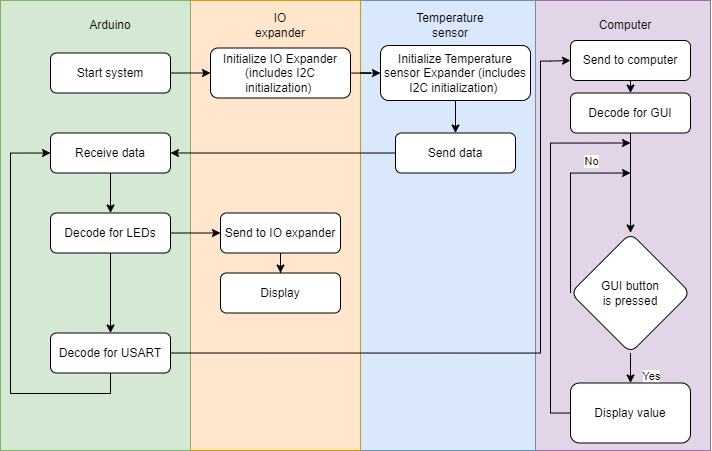
NaLelqGoshkaFerarito/I2C_Project keeps this draw.io diagram as MicroFC.png. Above is the earlier version. Source tidied: cells renumbered, new cells last; positions are measured from the earlier drawing's top-left corner, leaving out a move shared by most shapes.
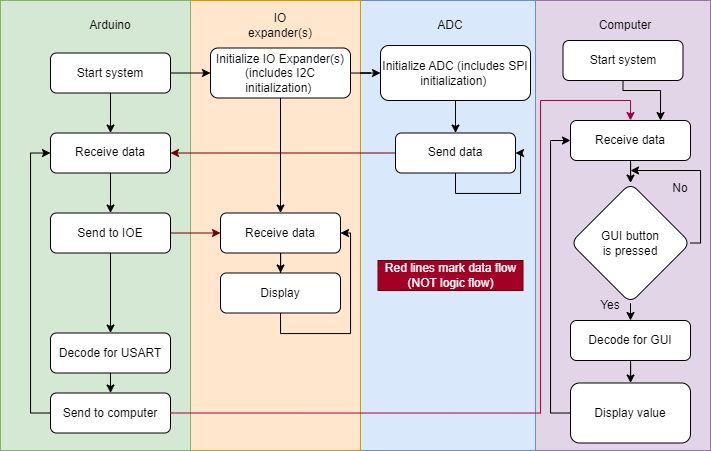
The same diagram one commit later.

Diff of the diagram source:
```diff
@@ -8,75 +8,73 @@
     <mxCell id="3" style="rounded=0;whiteSpace=wrap;html=1;fillColor=#dae8fc;strokeColor=#6c8ebf;" parent="1" vertex="1">
       <mxGeometry x="360" width="175" height="450" as="geometry" />
     </mxCell>
-    <mxCell id="4" value="Temperature sensor" style="text;html=1;align=center;verticalAlign=middle;whiteSpace=wrap;rounded=0;" parent="1" vertex="1">
+    <mxCell id="4" value="ADC" style="text;html=1;align=center;verticalAlign=middle;whiteSpace=wrap;rounded=0;" parent="1" vertex="1">
       <mxGeometry x="420" y="10" width="60" height="30" as="geometry" />
     </mxCell>
     <mxCell id="5" style="rounded=0;whiteSpace=wrap;html=1;fillColor=#ffe6cc;strokeColor=#d79b00;" parent="1" vertex="1">
       <mxGeometry x="190" width="170" height="450" as="geometry" />
     </mxCell>
-    <mxCell id="6" value="IO expander" style="text;html=1;align=center;verticalAlign=middle;whiteSpace=wrap;rounded=0;" parent="1" vertex="1">
+    <mxCell id="6" value="IO expander(s)" style="text;html=1;align=center;verticalAlign=middle;whiteSpace=wrap;rounded=0;" parent="1" vertex="1">
       <mxGeometry x="250" y="10" width="60" height="30" as="geometry" />
     </mxCell>
     <mxCell id="7" style="rounded=0;whiteSpace=wrap;html=1;fillColor=#d5e8d4;strokeColor=#82b366;" parent="1" vertex="1">
       <mxGeometry width="190" height="450" as="geometry" />
     </mxCell>
+    <mxCell id="9" style="edgeStyle=orthogonalEdgeStyle;rounded=0;jettySize=auto;html=1;fillColor=#a20025;strokeColor=#6F0000;" parent="1" edge="1" source="10" target="15">
+      <mxGeometry relative="1" as="geometry" />
+    </mxCell>
     <mxCell id="8" style="edgeStyle=orthogonalEdgeStyle;rounded=0;jettySize=auto;html=1;" parent="1" edge="1" source="10" target="13">
       <mxGeometry relative="1" as="geometry" />
     </mxCell>
-    <mxCell id="9" style="edgeStyle=orthogonalEdgeStyle;rounded=0;jettySize=auto;html=1;" parent="1" edge="1" source="10" target="15">
-      <mxGeometry relative="1" as="geometry" />
-    </mxCell>
-    <mxCell id="10" value="Decode for LEDs" style="rounded=1;whiteSpace=wrap;html=1;fontSize=12;glass=0;strokeWidth=1;shadow=0;" parent="1" vertex="1">
+    <mxCell id="10" value="Send to IOE" style="rounded=1;whiteSpace=wrap;html=1;fontSize=12;glass=0;strokeWidth=1;shadow=0;" parent="1" vertex="1">
       <mxGeometry x="50" y="212.5" width="120" height="40" as="geometry" />
     </mxCell>
-    <mxCell id="11" style="edgeStyle=orthogonalEdgeStyle;rounded=0;jettySize=auto;html=1;exitX=0.5;exitY=1;exitDx=0;exitDy=0;entryX=0;entryY=0.5;entryDx=0;entryDy=0;" parent="1" edge="1" source="13">
-      <mxGeometry relative="1" as="geometry">
-        <mxPoint x="50" y="152.5" as="targetPoint" />
-        <Array as="points">
-          <mxPoint x="110" y="393" />
-          <mxPoint x="10" y="393" />
-          <mxPoint x="10" y="153" />
-        </Array>
-      </mxGeometry>
-    </mxCell>
-    <mxCell id="12" style="edgeStyle=orthogonalEdgeStyle;rounded=0;jettySize=auto;html=1;exitX=1;exitY=0.5;exitDx=0;exitDy=0;" parent="1" edge="1" source="13">
-      <mxGeometry relative="1" as="geometry">
-        <mxPoint x="570" y="60" as="targetPoint" />
-        <Array as="points">
-          <mxPoint x="540" y="352.5" />
-          <mxPoint x="540" y="60.5" />
-          <mxPoint x="550" y="60.5" />
-        </Array>
-      </mxGeometry>
-    </mxCell>
+    <mxCell id="40" style="edgeStyle=orthogonalEdgeStyle;rounded=0;jettySize=auto;html=1;exitX=0.5;exitY=1;exitDx=0;exitDy=0;entryX=0.5;entryY=0;entryDx=0;entryDy=0;" parent="1" edge="1" source="13" target="37">
+      <mxGeometry relative="1" as="geometry" />
+    </mxCell>
     <mxCell id="13" value="Decode for USART" style="rounded=1;whiteSpace=wrap;html=1;fontSize=12;glass=0;strokeWidth=1;shadow=0;" parent="1" vertex="1">
       <mxGeometry x="50" y="332.5" width="120" height="40" as="geometry" />
     </mxCell>
     <mxCell id="14" style="edgeStyle=orthogonalEdgeStyle;rounded=0;jettySize=auto;html=1;" parent="1" edge="1" source="15" target="18">
       <mxGeometry relative="1" as="geometry" />
     </mxCell>
-    <mxCell id="15" value="Send to IO expander" style="rounded=1;whiteSpace=wrap;html=1;fontSize=12;glass=0;strokeWidth=1;shadow=0;" parent="1" vertex="1">
+    <mxCell id="15" value="Receive data" style="rounded=1;whiteSpace=wrap;html=1;fontSize=12;glass=0;strokeWidth=1;shadow=0;" parent="1" vertex="1">
       <mxGeometry x="220" y="212.5" width="120" height="40" as="geometry" />
     </mxCell>
-    <mxCell id="16" style="edgeStyle=orthogonalEdgeStyle;rounded=0;jettySize=auto;html=1;" parent="1" edge="1" source="17" target="33">
-      <mxGeometry relative="1" as="geometry" />
-    </mxCell>
+    <mxCell id="41" style="edgeStyle=orthogonalEdgeStyle;rounded=0;jettySize=auto;html=1;" parent="1" edge="1" source="17" target="35">
+      <mxGeometry relative="1" as="geometry" />
+    </mxCell>
     <mxCell id="17" value="Decode for GUI" style="rounded=1;whiteSpace=wrap;html=1;fontSize=12;glass=0;strokeWidth=1;shadow=0;" parent="1" vertex="1">
-      <mxGeometry x="570" y="92.5" width="120" height="40" as="geometry" />
+      <mxGeometry x="570" y="320" width="120" height="40" as="geometry" />
     </mxCell>
+    <mxCell id="42" style="edgeStyle=orthogonalEdgeStyle;rounded=0;jettySize=auto;html=1;exitX=0.5;exitY=1;exitDx=0;exitDy=0;entryX=1;entryY=0.5;entryDx=0;entryDy=0;" parent="1" edge="1" source="18" target="15">
+      <mxGeometry relative="1" as="geometry">
+        <Array as="points">
+          <mxPoint x="280" y="333" />
+          <mxPoint x="350" y="333" />
+          <mxPoint x="350" y="233" />
+        </Array>
+      </mxGeometry>
+    </mxCell>
     <mxCell id="18" value="Display" style="rounded=1;whiteSpace=wrap;html=1;fontSize=12;glass=0;strokeWidth=1;shadow=0;" parent="1" vertex="1">
       <mxGeometry x="220" y="272.5" width="120" height="40" as="geometry" />
     </mxCell>
     <mxCell id="19" style="edgeStyle=orthogonalEdgeStyle;rounded=0;jettySize=auto;html=1;" parent="1" edge="1" source="20" target="22">
       <mxGeometry relative="1" as="geometry" />
     </mxCell>
+    <mxCell id="43" style="edgeStyle=orthogonalEdgeStyle;rounded=0;jettySize=auto;html=1;" parent="1" edge="1" source="20" target="28">
+      <mxGeometry relative="1" as="geometry" />
+    </mxCell>
     <mxCell id="20" value="Start system" style="rounded=1;whiteSpace=wrap;html=1;fontSize=12;glass=0;strokeWidth=1;shadow=0;" parent="1" vertex="1">
       <mxGeometry x="50" y="52.5" width="120" height="40" as="geometry" />
     </mxCell>
     <mxCell id="21" style="edgeStyle=orthogonalEdgeStyle;rounded=0;jettySize=auto;html=1;" parent="1" edge="1" source="22" target="24">
       <mxGeometry relative="1" as="geometry" />
     </mxCell>
+    <mxCell id="44" style="edgeStyle=orthogonalEdgeStyle;rounded=0;jettySize=auto;html=1;" parent="1" edge="1" source="22" target="15">
+      <mxGeometry relative="1" as="geometry" />
+    </mxCell>
-    <mxCell id="22" value="Initialize IO Expander (includes I2C initialization)&amp;nbsp;" style="rounded=1;whiteSpace=wrap;html=1;fontSize=12;glass=0;strokeWidth=1;shadow=0;" parent="1" vertex="1">
+    <mxCell id="22" value="Initialize IO Expander(s) (includes I2C initialization)&amp;nbsp;" style="rounded=1;whiteSpace=wrap;html=1;fontSize=12;glass=0;strokeWidth=1;shadow=0;" parent="1" vertex="1">
       <mxGeometry x="210" y="47.5" width="140" height="50" as="geometry" />
     </mxCell>
     <mxCell id="23" style="edgeStyle=orthogonalEdgeStyle;rounded=0;jettySize=auto;html=1;" parent="1" edge="1" source="24">
@@ -87,10 +85,10 @@
         </Array>
       </mxGeometry>
     </mxCell>
-    <mxCell id="24" value="Initialize Temperature sensor Expander (includes I2C initialization)&amp;nbsp;" style="rounded=1;whiteSpace=wrap;html=1;fontSize=12;glass=0;strokeWidth=1;shadow=0;" parent="1" vertex="1">
+    <mxCell id="24" value="Initialize ADC (includes SPI initialization)&amp;nbsp;" style="rounded=1;whiteSpace=wrap;html=1;fontSize=12;glass=0;strokeWidth=1;shadow=0;" parent="1" vertex="1">
       <mxGeometry x="380" y="45" width="150" height="55" as="geometry" />
     </mxCell>
-    <mxCell id="25" style="edgeStyle=orthogonalEdgeStyle;rounded=0;jettySize=auto;html=1;exitX=0;exitY=0.5;exitDx=0;exitDy=0;entryX=1;entryY=0.5;entryDx=0;entryDy=0;" parent="1" edge="1" source="26" target="28">
+    <mxCell id="25" style="edgeStyle=orthogonalEdgeStyle;rounded=0;jettySize=auto;html=1;exitX=0;exitY=0.5;exitDx=0;exitDy=0;entryX=1;entryY=0.5;entryDx=0;entryDy=0;fillColor=#a20025;strokeColor=#6F0000;" parent="1" edge="1" source="26" target="28">
       <mxGeometry relative="1" as="geometry" />
     </mxCell>
     <mxCell id="26" value="Send data" style="rounded=1;whiteSpace=wrap;html=1;fontSize=12;glass=0;strokeWidth=1;shadow=0;" parent="1" vertex="1">
@@ -102,53 +100,83 @@
     <mxCell id="28" value="Receive data" style="rounded=1;whiteSpace=wrap;html=1;fontSize=12;glass=0;strokeWidth=1;shadow=0;" parent="1" vertex="1">
       <mxGeometry x="50" y="132.5" width="120" height="40" as="geometry" />
     </mxCell>
-    <mxCell id="29" style="edgeStyle=orthogonalEdgeStyle;rounded=0;jettySize=auto;html=1;exitX=0;exitY=0.5;exitDx=0;exitDy=0;" parent="1" edge="1" source="33">
-      <mxGeometry relative="1" as="geometry">
-        <mxPoint x="630" y="172.5" as="targetPoint" />
-        <Array as="points">
-          <mxPoint x="570" y="172.5" />
-        </Array>
-      </mxGeometry>
-    </mxCell>
-    <mxCell id="30" value="No" style="edgeLabel;html=1;align=center;verticalAlign=middle;" parent="29" vertex="1">
-      <mxGeometry x="0.2" y="-1" relative="1" as="geometry">
-        <mxPoint x="19" y="-24" as="offset" />
-      </mxGeometry>
-    </mxCell>
-    <mxCell id="31" style="edgeStyle=orthogonalEdgeStyle;rounded=0;jettySize=auto;html=1;" parent="1" edge="1" source="33" target="35">
-      <mxGeometry relative="1" as="geometry" />
-    </mxCell>
-    <mxCell id="32" value="Yes" style="edgeLabel;html=1;align=center;verticalAlign=middle;" parent="31" vertex="1">
-      <mxGeometry x="-0.25" y="2" relative="1" as="geometry">
-        <mxPoint x="18" y="4" as="offset" />
-      </mxGeometry>
-    </mxCell>
+    <mxCell id="45" style="edgeStyle=orthogonalEdgeStyle;rounded=0;jettySize=auto;html=1;exitX=0.5;exitY=1;exitDx=0;exitDy=0;entryX=0.5;entryY=0;entryDx=0;entryDy=0;" parent="1" edge="1" source="33" target="17">
+      <mxGeometry relative="1" as="geometry" />
+    </mxCell>
     <mxCell id="33" value="GUI button &lt;br&gt;is pressed" style="rhombus;whiteSpace=wrap;html=1;rounded=1;glass=0;strokeWidth=1;shadow=0;" parent="1" vertex="1">
-      <mxGeometry x="570" y="232.5" width="120" height="120" as="geometry" />
+      <mxGeometry x="570" y="182.5" width="120" height="120" as="geometry" />
     </mxCell>
-    <mxCell id="34" style="edgeStyle=orthogonalEdgeStyle;rounded=0;jettySize=auto;html=1;exitX=0;exitY=0.5;exitDx=0;exitDy=0;" parent="1" edge="1" source="35">
-      <mxGeometry relative="1" as="geometry">
-        <mxPoint x="630" y="142.5" as="targetPoint" />
-        <Array as="points">
-          <mxPoint x="550" y="412.5" />
-          <mxPoint x="550" y="142.5" />
-        </Array>
-      </mxGeometry>
-    </mxCell>
+    <mxCell id="46" style="edgeStyle=orthogonalEdgeStyle;rounded=0;jettySize=auto;html=1;exitX=0;exitY=0.5;exitDx=0;exitDy=0;entryX=0;entryY=0.5;entryDx=0;entryDy=0;" parent="1" edge="1" source="35" target="49">
+      <mxGeometry relative="1" as="geometry" />
+    </mxCell>
     <mxCell id="35" value="Display value" style="whiteSpace=wrap;html=1;rounded=1;glass=0;strokeWidth=1;shadow=0;" parent="1" vertex="1">
       <mxGeometry x="570" y="382.5" width="120" height="60" as="geometry" />
     </mxCell>
-    <mxCell id="36" style="edgeStyle=orthogonalEdgeStyle;rounded=0;jettySize=auto;html=1;exitX=0.5;exitY=1;exitDx=0;exitDy=0;entryX=0.5;entryY=0;entryDx=0;entryDy=0;" parent="1" edge="1" source="37" target="17">
-      <mxGeometry relative="1" as="geometry" />
-    </mxCell>
-    <mxCell id="37" value="Send to computer" style="rounded=1;whiteSpace=wrap;html=1;fontSize=12;glass=0;strokeWidth=1;shadow=0;" parent="1" vertex="1">
-      <mxGeometry x="570" y="40" width="120" height="40" as="geometry" />
-    </mxCell>
     <mxCell id="38" value="Arduino" style="text;html=1;strokeColor=none;fillColor=none;align=center;verticalAlign=middle;whiteSpace=wrap;rounded=0;" parent="1" vertex="1">
       <mxGeometry x="80" y="10" width="60" height="30" as="geometry" />
     </mxCell>
     <mxCell id="39" value="Computer" style="text;html=1;align=center;verticalAlign=middle;whiteSpace=wrap;rounded=0;" parent="1" vertex="1">
       <mxGeometry x="595" y="10" width="60" height="30" as="geometry" />
     </mxCell>
+    <mxCell id="47" style="edgeStyle=orthogonalEdgeStyle;rounded=0;jettySize=auto;html=1;exitX=0;exitY=0.5;exitDx=0;exitDy=0;entryX=0;entryY=0.5;entryDx=0;entryDy=0;" parent="1" edge="1" source="37" target="28">
+      <mxGeometry relative="1" as="geometry" />
+    </mxCell>
+    <mxCell id="37" value="Send to computer" style="rounded=1;whiteSpace=wrap;html=1;fontSize=12;glass=0;strokeWidth=1;shadow=0;" parent="1" vertex="1">
+      <mxGeometry x="50" y="392.5" width="120" height="40" as="geometry" />
+    </mxCell>
+    <mxCell id="48" style="edgeStyle=orthogonalEdgeStyle;rounded=0;jettySize=auto;html=1;" parent="1" edge="1" source="49" target="33">
+      <mxGeometry relative="1" as="geometry" />
+    </mxCell>
+    <mxCell id="49" value="Receive data" style="rounded=1;whiteSpace=wrap;html=1;fontSize=12;glass=0;strokeWidth=1;shadow=0;" parent="1" vertex="1">
+      <mxGeometry x="570" y="120" width="120" height="40" as="geometry" />
+    </mxCell>
+    <mxCell id="32" value="Yes" style="text;html=1;strokeColor=none;fillColor=none;align=center;verticalAlign=middle;whiteSpace=wrap;rounded=0;" parent="1" vertex="1">
+      <mxGeometry x="580" y="290" width="60" height="30" as="geometry" />
+    </mxCell>
+    <mxCell id="50" style="edgeStyle=orthogonalEdgeStyle;rounded=0;jettySize=auto;html=1;exitX=1;exitY=0.5;exitDx=0;exitDy=0;" parent="1" edge="1" source="33">
+      <mxGeometry relative="1" as="geometry">
+        <mxPoint x="630" y="170" as="targetPoint" />
+        <Array as="points">
+          <mxPoint x="700" y="243" />
+          <mxPoint x="700" y="170" />
+          <mxPoint x="630" y="170" />
+        </Array>
+      </mxGeometry>
+    </mxCell>
+    <mxCell id="30" value="No" style="text;html=1;strokeColor=none;fillColor=none;align=center;verticalAlign=middle;whiteSpace=wrap;rounded=0;" parent="1" vertex="1">
+      <mxGeometry x="650" y="172.5" width="60" height="30" as="geometry" />
+    </mxCell>
+    <mxCell id="51" value="Red lines mark data flow (NOT logic flow)" style="text;html=1;strokeColor=#6F0000;fillColor=#a20025;align=center;verticalAlign=middle;whiteSpace=wrap;rounded=0;fontColor=#ffffff;" parent="1" vertex="1">
+      <mxGeometry x="377.5" y="260" width="145" height="30" as="geometry" />
+    </mxCell>
+    <mxCell id="52" style="edgeStyle=orthogonalEdgeStyle;rounded=0;orthogonalLoop=1;jettySize=auto;html=1;exitX=0.5;exitY=1;exitDx=0;exitDy=0;entryX=1;entryY=0.5;entryDx=0;entryDy=0;" parent="1" edge="1" source="26" target="26">
+      <mxGeometry relative="1" as="geometry">
+        <Array as="points">
+          <mxPoint x="455" y="193" />
+          <mxPoint x="520" y="193" />
+          <mxPoint x="520" y="153" />
+        </Array>
+      </mxGeometry>
+    </mxCell>
+    <mxCell id="53" style="edgeStyle=orthogonalEdgeStyle;rounded=0;jettySize=auto;html=1;exitX=1;exitY=0.5;exitDx=0;exitDy=0;fillColor=#d80073;strokeColor=#A50040;entryX=0.5;entryY=0;entryDx=0;entryDy=0;" parent="1" edge="1" source="37" target="49">
+      <mxGeometry relative="1" as="geometry">
+        <Array as="points">
+          <mxPoint x="540" y="413" />
+          <mxPoint x="540" y="100" />
+          <mxPoint x="630" y="100" />
+        </Array>
+      </mxGeometry>
+    </mxCell>
+    <mxCell id="54" style="edgeStyle=orthogonalEdgeStyle;rounded=0;jettySize=auto;html=1;exitX=0.5;exitY=1;exitDx=0;exitDy=0;entryX=0.75;entryY=0;entryDx=0;entryDy=0;" parent="1" edge="1" source="55" target="49">
+      <mxGeometry relative="1" as="geometry">
+        <Array as="points">
+          <mxPoint x="622" y="90" />
+          <mxPoint x="660" y="90" />
+        </Array>
+      </mxGeometry>
+    </mxCell>
+    <mxCell id="55" value="Start system" style="rounded=1;whiteSpace=wrap;html=1;fontSize=12;glass=0;strokeWidth=1;shadow=0;" parent="1" vertex="1">
+      <mxGeometry x="562.5" y="40" width="120" height="40" as="geometry" />
+    </mxCell>
   </root>
 </mxGraphModel>
```
